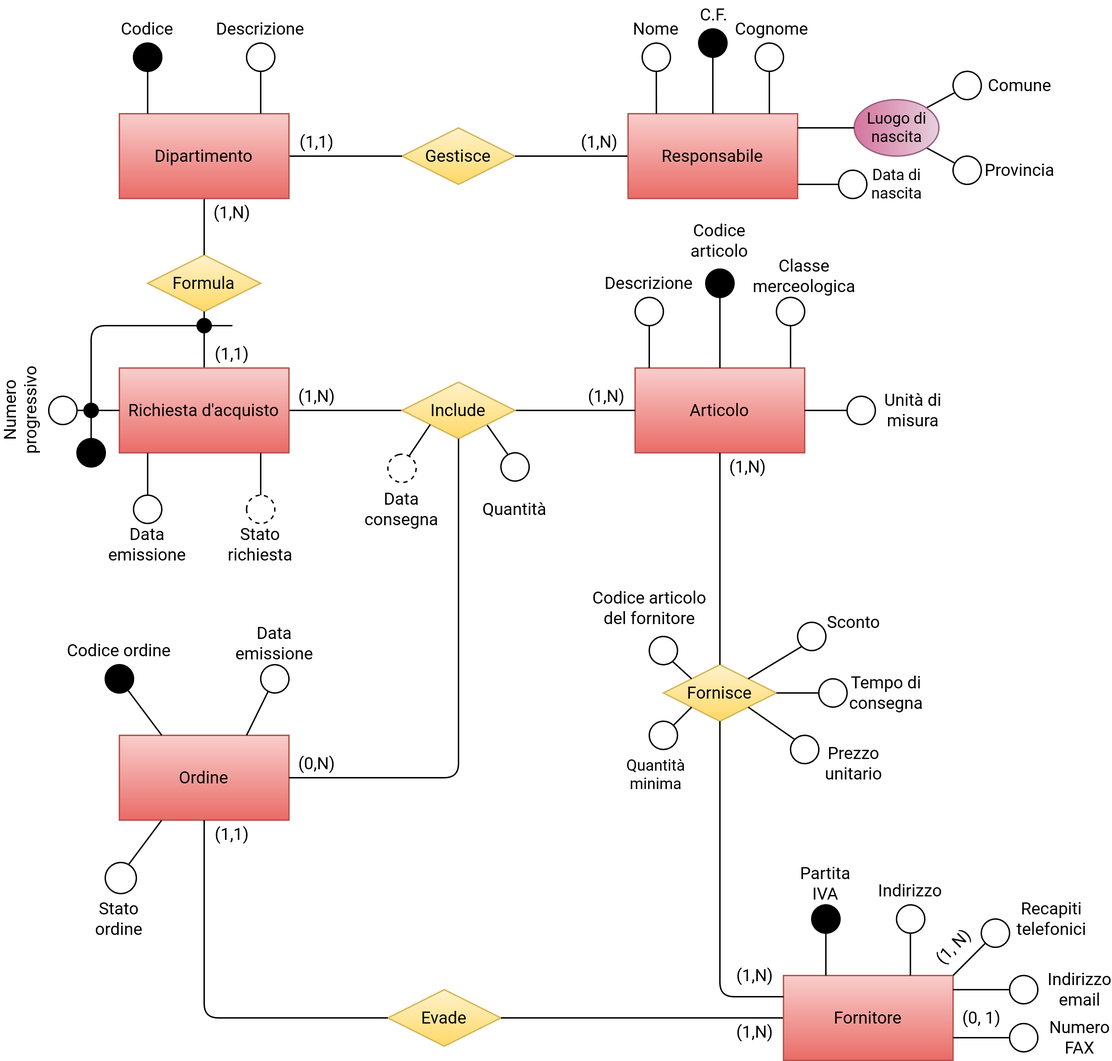
FraBomba6/Progetto_BdD keeps this draw.io diagram as ER.png. Above is the earlier version. Source tidied: cells renumbered, new cells last; positions are measured from the earlier drawing's top-left corner, leaving out a move shared by most shapes.
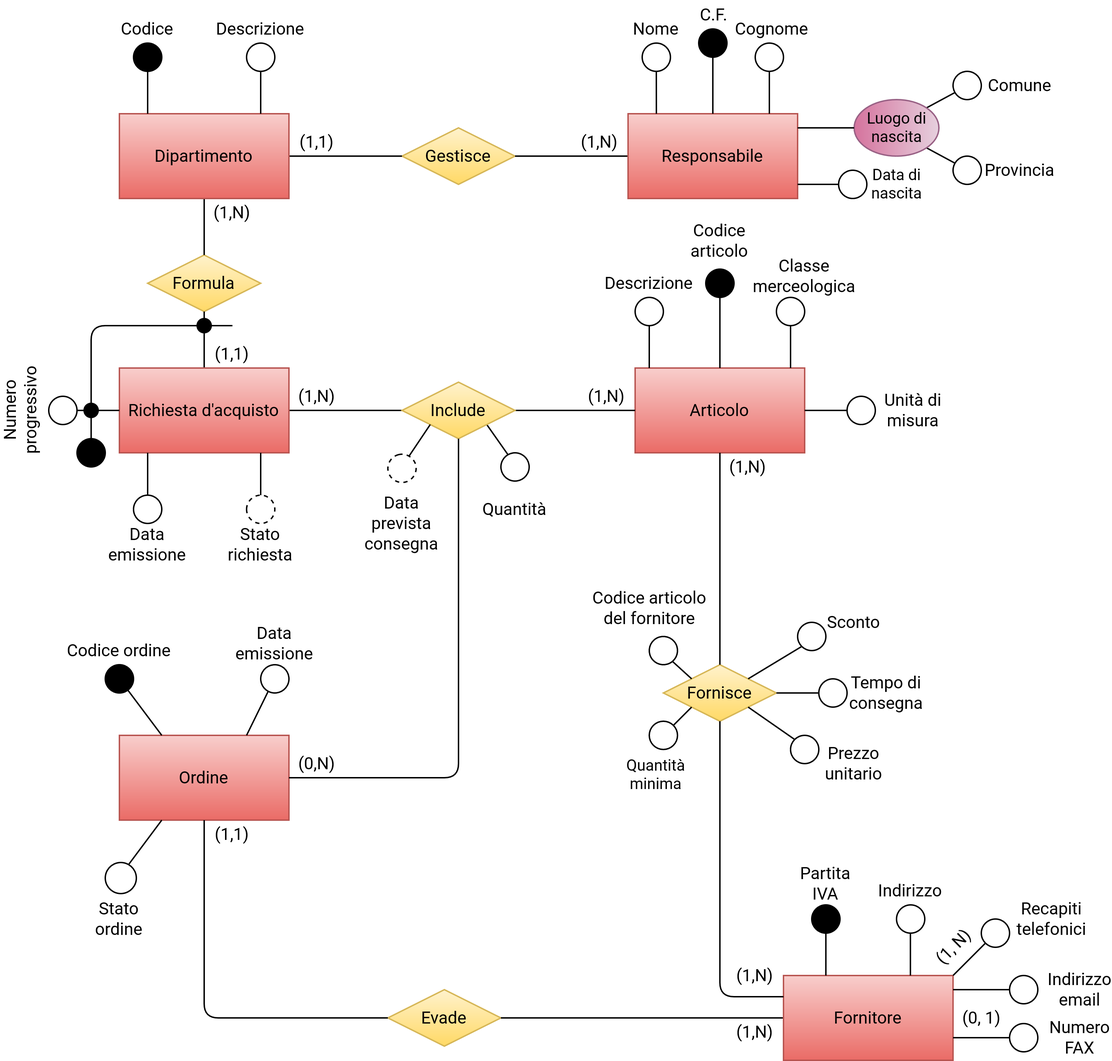
Above is the later version.

What changed in the source:
```diff
@@ -201,8 +201,8 @@
     <mxCell id="64" style="ellipse;fontFamily=Roboto;fontSource=https%3A%2F%2Ffonts.googleapis.com%2Fcss%3Ffamily%3DRoboto;fillColor=#000000;" parent="1" vertex="1">
       <mxGeometry x="60" y="310" width="20" height="20" as="geometry" />
     </mxCell>
-    <mxCell id="65" value="&lt;div&gt;Data&lt;/div&gt;&lt;div&gt;consegna&lt;br&gt;&lt;/div&gt;" style="text;html=1;strokeColor=none;fillColor=none;align=center;verticalAlign=middle;whiteSpace=wrap;rounded=0;fontFamily=Roboto;fontSource=https%3A%2F%2Ffonts.googleapis.com%2Fcss%3Ffamily%3DRoboto;rotation=0;" parent="1" vertex="1">
-      <mxGeometry x="270" y="350" width="40" height="20" as="geometry" />
+    <mxCell id="65" value="&lt;div&gt;Data&lt;/div&gt;&lt;div&gt;prevista&lt;/div&gt;&lt;div&gt;consegna&lt;br&gt;&lt;/div&gt;" style="text;html=1;strokeColor=none;fillColor=none;align=center;verticalAlign=middle;whiteSpace=wrap;rounded=0;fontFamily=Roboto;fontSource=https%3A%2F%2Ffonts.googleapis.com%2Fcss%3Ffamily%3DRoboto;rotation=0;" parent="1" vertex="1">
+      <mxGeometry x="270" y="360" width="40" height="20" as="geometry" />
     </mxCell>
     <mxCell id="66" style="group;fontFamily=Roboto;fontSource=https%3A%2F%2Ffonts.googleapis.com%2Fcss%3Ffamily%3DRoboto;rotation=90;" parent="1" vertex="1">
       <mxGeometry x="595" y="270" width="40" height="80" as="geometry" />
```
